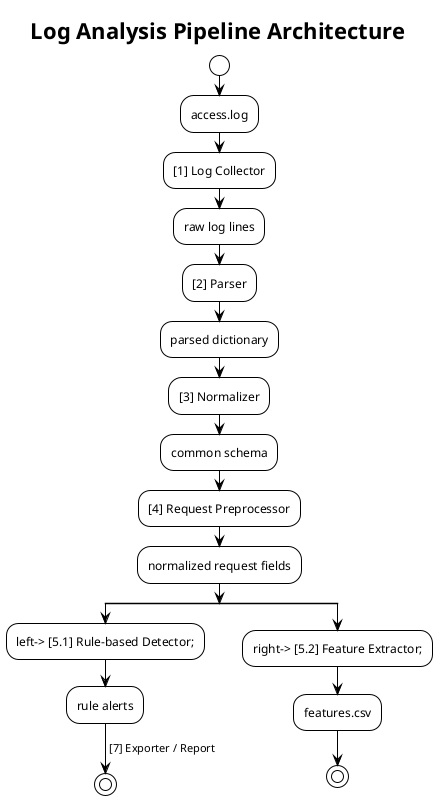
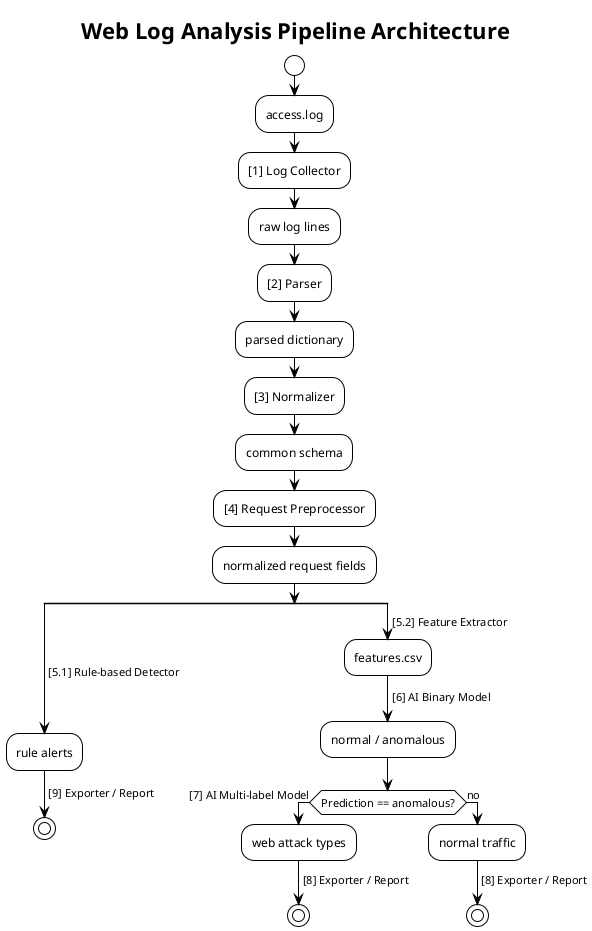
@startuml name
!theme plain
- title Log Analysis Pipeline Architecture
+ title Web Log Analysis Pipeline Architecture

start

:access.log;

:[1] Log Collector;
:raw log lines;

:[2] Parser;
:parsed dictionary;

:[3] Normalizer;
:common schema;

:[4] Request Preprocessor;
:normalized request fields;

split
-     -left-> [5.1] Rule-based Detector;
+     -> [5.1] Rule-based Detector;
    :rule alerts;
-     -> [6] Risk Scoring & Post-processing;
-     -> [7] Exporter / Report;
+     -> [8] Risk Scoring & Post-processing;
+     -> [9] Exporter / Report;
    stop
+ 
split again
-     -right-> [5.2] Feature Extractor;
+     -> [5.2] Feature Extractor;
    :features.csv;
-     stop
+ 
+     -> [6] AI Binary Model;
+     :normal / anomalous;
+ 
+     if (Prediction == anomalous?) then (yes)
+         -> [7] AI Multi-label Model;
+         :web attack types;
+         -> [8] Exporter / Report;
+         stop
+     else (no)
+         :normal traffic;
+         -> [8] Exporter / Report;
+         stop
+     endif
+ 
end split

@enduml